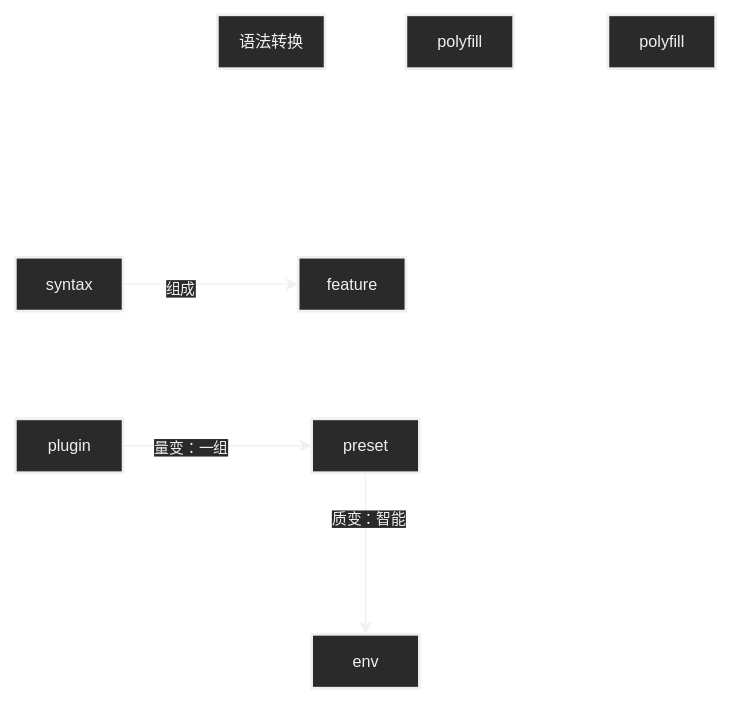
Before: 笔记/前端/工程化/assets/babel基本概念.svg, a diagram exported from draw.io (Echo-Yanglulu/obsidianPrivateNote). Source tidied: cells renumbered, new cells last; positions are measured from the earlier drawing's top-left corner, leaving out a move shared by most shapes.
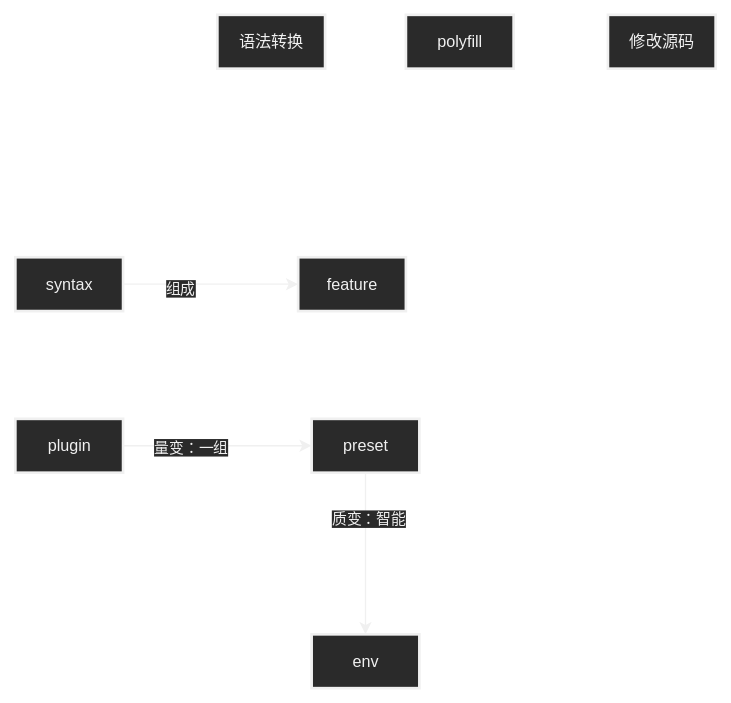
The same file after the commit.

What changed in the source:
```diff
@@ -41,7 +41,7 @@
     <mxCell id="14" value="polyfill" style="strokeWidth=2;html=1;shape=mxgraph.flowchart.document2;whiteSpace=wrap;size=0.25;" parent="1" vertex="1">
       <mxGeometry x="290" width="80" height="40" as="geometry" />
     </mxCell>
-    <mxCell id="15" value="polyfill" style="strokeWidth=2;html=1;shape=mxgraph.flowchart.document2;whiteSpace=wrap;size=0.25;" parent="1" vertex="1">
+    <mxCell id="15" value="修改源码" style="strokeWidth=2;html=1;shape=mxgraph.flowchart.document2;whiteSpace=wrap;size=0.25;" parent="1" vertex="1">
       <mxGeometry x="440" width="80" height="40" as="geometry" />
     </mxCell>
   </root>
```
